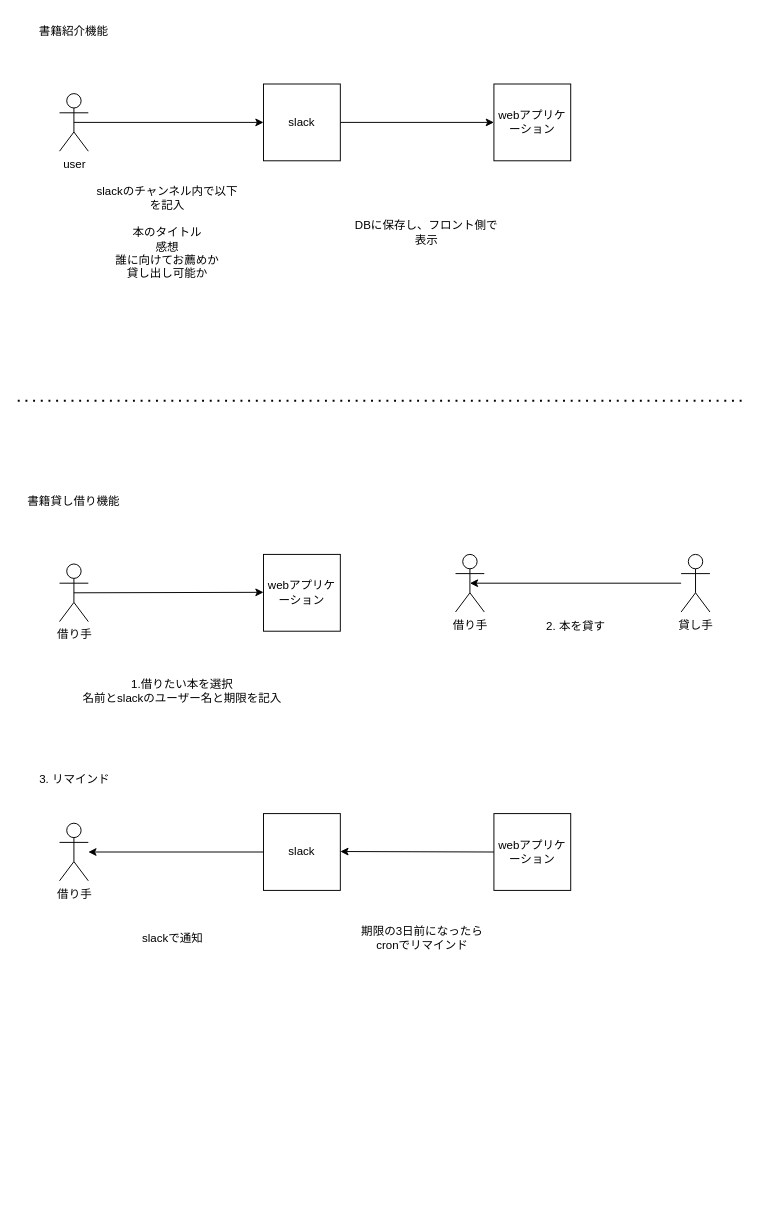
ISAWASHUN/techbook-library keeps this draw.io diagram as docs/web/usecase.drawio. Above is the earlier version. Source tidied: cells renumbered, new cells numbered last; positions are measured from the earlier drawing's top-left corner, leaving out a move shared by most shapes. Both pictures are drawn from the tidied source at 96%, with x=0, y=0 at pixel (17, 16).
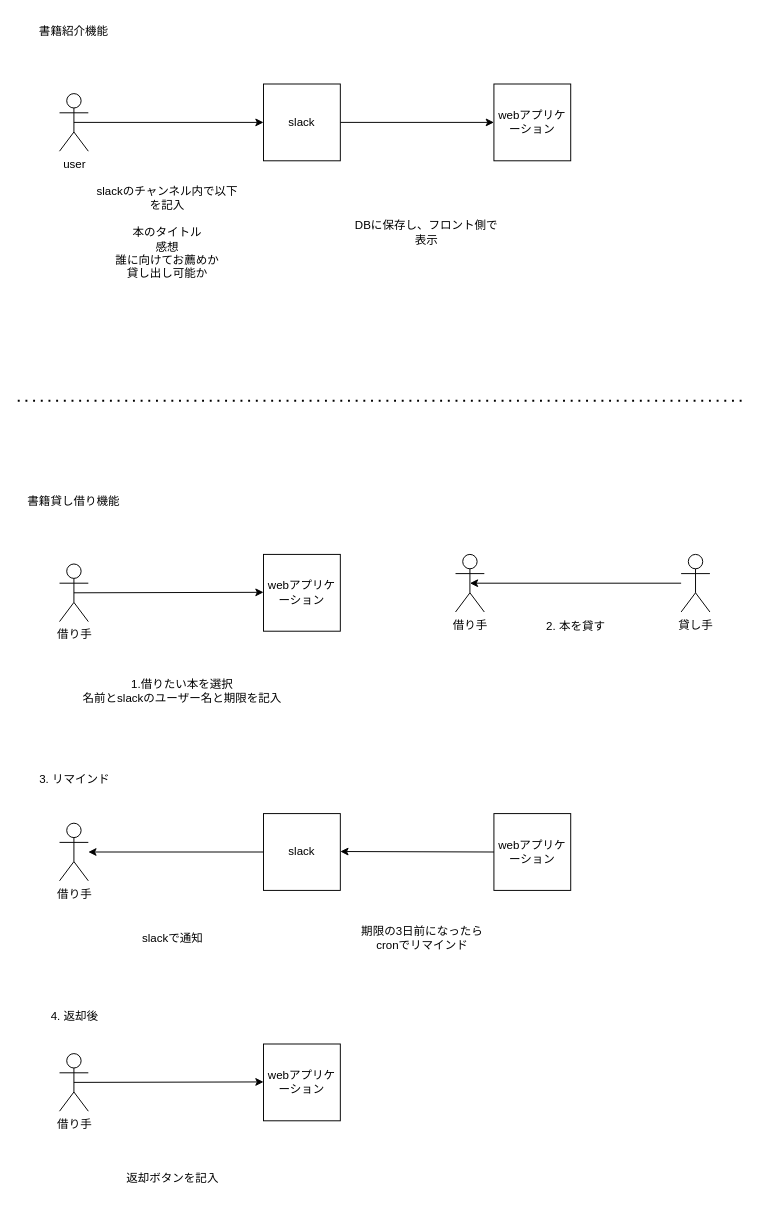
After the change.

Commit message:
✨feat: usecaseの図を作成

What changed in the source:
```diff
@@
+    <mxCell id="29" value="4. 返却後" style="text;html=1;align=center;verticalAlign=middle;strokeColor=none;fillColor=none;" parent="1" vertex="1">
+      <mxGeometry x="23.5" y="1027" width="70" height="30" as="geometry" />
+    </mxCell>
+    <mxCell id="30" value="借り手" style="shape=umlActor;verticalLabelPosition=bottom;verticalAlign=top;html=1;outlineConnect=0;" parent="1" vertex="1">
+      <mxGeometry x="43.5" y="1080" width="30" height="60" as="geometry" />
+    </mxCell>
+    <mxCell id="31" value="webアプリケーション" style="whiteSpace=wrap;html=1;" parent="1" vertex="1">
+      <mxGeometry x="256" y="1070" width="80" height="80" as="geometry" />
+    </mxCell>
+    <mxCell id="32" style="edgeStyle=none;html=1;exitX=0.5;exitY=0.5;exitDx=0;exitDy=0;exitPerimeter=0;" parent="1" edge="1" source="30">
+      <mxGeometry relative="1" as="geometry">
+        <mxPoint x="256" y="1109.5" as="targetPoint" />
+      </mxGeometry>
+    </mxCell>
+    <mxCell id="33" value="&lt;div&gt;返却ボタンを記入&lt;/div&gt;" style="text;html=1;align=center;verticalAlign=middle;strokeColor=none;fillColor=none;" parent="1" vertex="1">
+      <mxGeometry x="101" y="1195" width="120" height="30" as="geometry" />
+    </mxCell>
```
